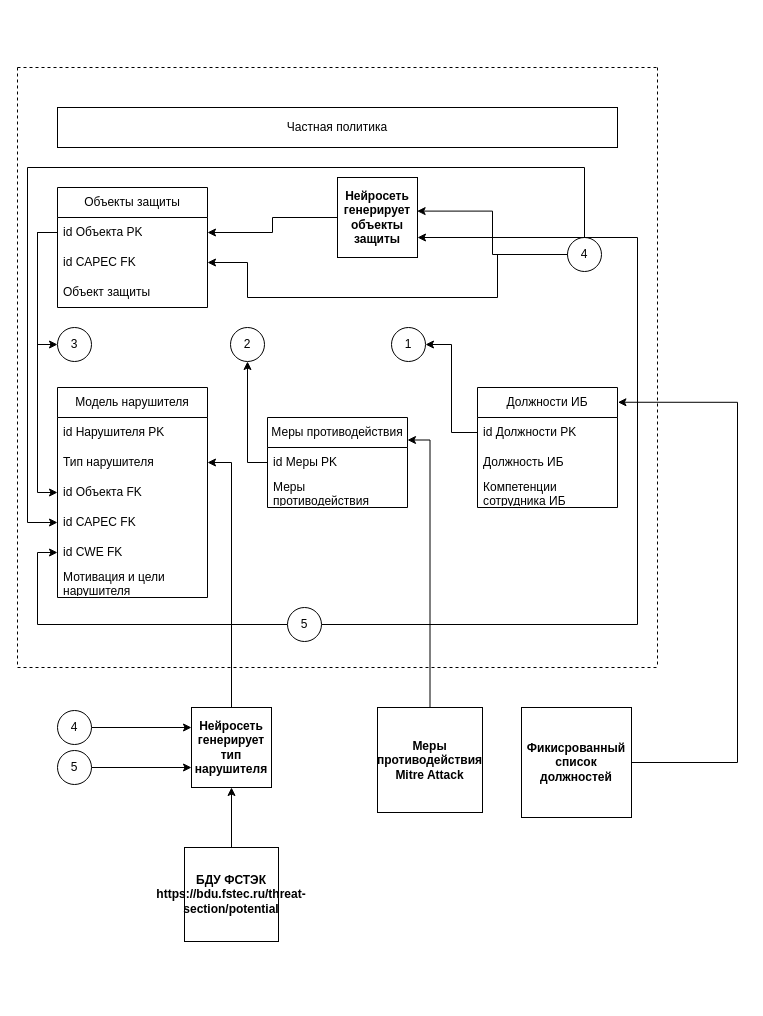
This is Частная политика.drawio from SmirnovBogdan8/Diplom, a draw.io file, before an edit. Source tidied: cells renumbered, new cells numbered last; positions are measured from the earlier drawing's top-left corner, leaving out a move shared by most shapes. Both pictures are drawn from the tidied source at 100%, with x=0, y=0 at pixel (17, 67).
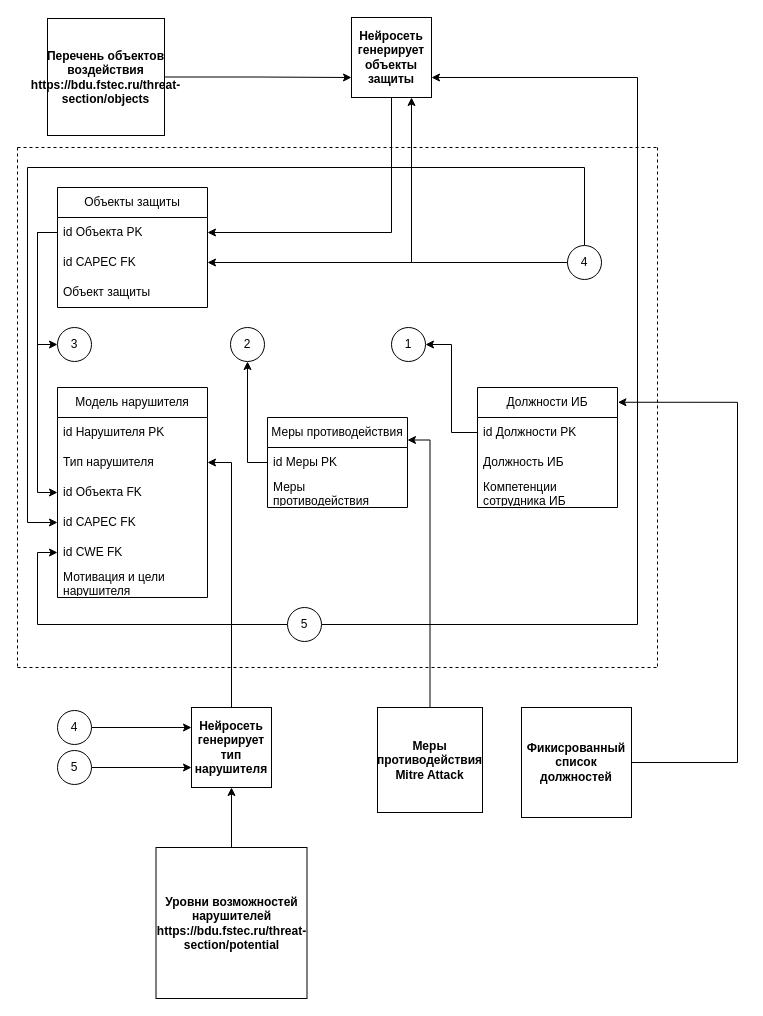
The same diagram, later.

Unchanged cells that the change refers to:
```xml
<mxCell id="4" value="id CAPEC FK" style="text;strokeColor=none;fillColor=none;align=left;verticalAlign=middle;spacingLeft=4;spacingRight=4;overflow=hidden;points=[[0,0.5],[1,0.5]];portConstraint=eastwest;whiteSpace=wrap;html=1;" parent="2" vertex="1">
  <mxGeometry y="60" width="150" height="30" as="geometry" />
</mxCell>
<mxCell id="37" value="5" style="ellipse;whiteSpace=wrap;html=1;" parent="1" vertex="1">
  <mxGeometry x="270" y="540" width="34" height="34" as="geometry" />
</mxCell>
```

Change to the diagram source:
```diff
@@
-    <mxCell id="16" value="Частная политика" style="rounded=0;whiteSpace=wrap;html=1;" parent="1" vertex="1">
-      <mxGeometry x="40" y="40" width="560" height="40" as="geometry" />
-    </mxCell>
     <mxCell id="17" style="endArrow=none;dashed=1;html=1;rounded=0;" parent="1" edge="1">
       <mxGeometry relative="1" as="geometry">
-        <mxPoint as="sourcePoint" />
-        <mxPoint x="640" as="targetPoint" />
+        <mxPoint y="80" as="sourcePoint" />
+        <mxPoint x="640" y="80" as="targetPoint" />
       </mxGeometry>
     </mxCell>
     <mxCell id="18" style="endArrow=none;dashed=1;html=1;rounded=0;" parent="1" edge="1">
       <mxGeometry relative="1" as="geometry">
-        <mxPoint as="sourcePoint" />
+        <mxPoint y="80" as="sourcePoint" />
         <mxPoint y="600" as="targetPoint" />
       </mxGeometry>
     </mxCell>
-    <mxCell id="19" style="endArrow=none;dashed=1;html=1;rounded=0;" parent="1" edge="1">
-      <mxGeometry relative="1" as="geometry">
-        <mxPoint x="640" as="sourcePoint" />
-        <mxPoint x="640" y="600" as="targetPoint" />
-      </mxGeometry>
-    </mxCell>
@@
     <mxCell id="33" style="edgeStyle=orthogonalEdgeStyle;rounded=0;jettySize=auto;html=1;exitX=0;exitY=0.5;exitDx=0;exitDy=0;entryX=1;entryY=0.5;entryDx=0;entryDy=0;" parent="1" edge="1" source="34" target="4">
-      <mxGeometry relative="1" as="geometry">
-        <Array as="points">
-          <mxPoint x="480" y="187" />
-          <mxPoint x="480" y="230" />
-          <mxPoint x="230" y="230" />
-          <mxPoint x="230" y="195" />
-        </Array>
-      </mxGeometry>
+      <mxGeometry relative="1" as="geometry" />
     </mxCell>
+    <mxCell id="40" style="edgeStyle=orthogonalEdgeStyle;rounded=0;jettySize=auto;html=1;exitX=0;exitY=0.5;exitDx=0;exitDy=0;entryX=0.75;entryY=1;entryDx=0;entryDy=0;" parent="1" edge="1" source="34" target="39">
+      <mxGeometry relative="1" as="geometry" />
+    </mxCell>
     <mxCell id="34" value="4" style="ellipse;whiteSpace=wrap;html=1;" parent="1" vertex="1">
-      <mxGeometry x="550" y="170" width="34" height="34" as="geometry" />
+      <mxGeometry x="550" y="178" width="34" height="34" as="geometry" />
     </mxCell>
@@
     <mxCell id="36" style="edgeStyle=orthogonalEdgeStyle;rounded=0;jettySize=auto;html=1;exitX=1;exitY=0.5;exitDx=0;exitDy=0;entryX=1;entryY=0.75;entryDx=0;entryDy=0;" parent="1" edge="1" source="37" target="39">
       <mxGeometry relative="1" as="geometry">
         <Array as="points">
           <mxPoint x="620" y="557" />
-          <mxPoint x="620" y="170" />
+          <mxPoint x="620" y="10" />
         </Array>
       </mxGeometry>
     </mxCell>
@@
     <mxCell id="39" value="&lt;b&gt;Нейросеть генерирует объекты защиты&lt;/b&gt;" style="whiteSpace=wrap;html=1;" parent="1" vertex="1">
-      <mxGeometry x="320" y="110" width="80" height="80" as="geometry" />
+      <mxGeometry x="334" y="-50" width="80" height="80" as="geometry" />
     </mxCell>
-    <mxCell id="40" style="edgeStyle=orthogonalEdgeStyle;rounded=0;jettySize=auto;html=1;exitX=0;exitY=0.5;exitDx=0;exitDy=0;entryX=0.995;entryY=0.42;entryDx=0;entryDy=0;entryPerimeter=0;" parent="1" edge="1" source="34" target="39">
-      <mxGeometry relative="1" as="geometry" />
-    </mxCell>
@@
-    <mxCell id="42" value="&lt;b&gt;БДУ ФСТЭК&lt;/b&gt;&lt;div&gt;&lt;b&gt;https://bdu.fstec.ru/threat-section/potential&lt;/b&gt;&lt;br&gt;&lt;/div&gt;" style="whiteSpace=wrap;html=1;" parent="1" vertex="1">
-      <mxGeometry x="167" y="780" width="94" height="94" as="geometry" />
+    <mxCell id="42" value="&lt;b&gt;Уровни возможностей нарушителей&lt;/b&gt;&lt;br&gt;&lt;div&gt;&lt;b&gt;https://bdu.fstec.ru/threat-section/potential&lt;/b&gt;&lt;br&gt;&lt;/div&gt;" style="whiteSpace=wrap;html=1;" parent="1" vertex="1">
+      <mxGeometry x="138.5" y="780" width="151" height="151" as="geometry" />
     </mxCell>
@@
+    <mxCell id="53" style="endArrow=none;dashed=1;html=1;rounded=0;" parent="1" edge="1">
+      <mxGeometry relative="1" as="geometry">
+        <mxPoint x="640" y="80" as="sourcePoint" />
+        <mxPoint x="640" y="600" as="targetPoint" />
+      </mxGeometry>
+    </mxCell>
+    <mxCell id="54" style="edgeStyle=orthogonalEdgeStyle;rounded=0;jettySize=auto;html=1;exitX=1;exitY=0.5;exitDx=0;exitDy=0;entryX=0;entryY=0.75;entryDx=0;entryDy=0;" parent="1" edge="1" source="55" target="39">
+      <mxGeometry relative="1" as="geometry" />
+    </mxCell>
+    <mxCell id="55" value="&lt;b&gt;Перечень объектов воздействия&lt;/b&gt;&lt;br&gt;&lt;div&gt;&lt;b&gt;https://bdu.fstec.ru/threat-section/objects&lt;/b&gt;&lt;br&gt;&lt;/div&gt;" style="whiteSpace=wrap;html=1;" parent="1" vertex="1">
+      <mxGeometry x="30" y="-49" width="117" height="117" as="geometry" />
+    </mxCell>
```
